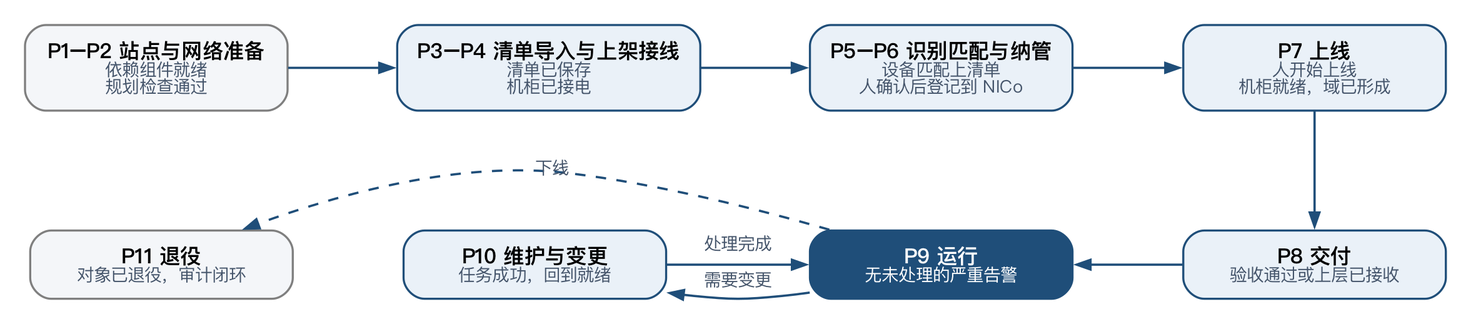
The Graphviz diagram docs/design/figures/workflow.png in DaoCloud/PXEye, before a commit. Its source is kept beside it as docs/design/figures/workflow.dot.
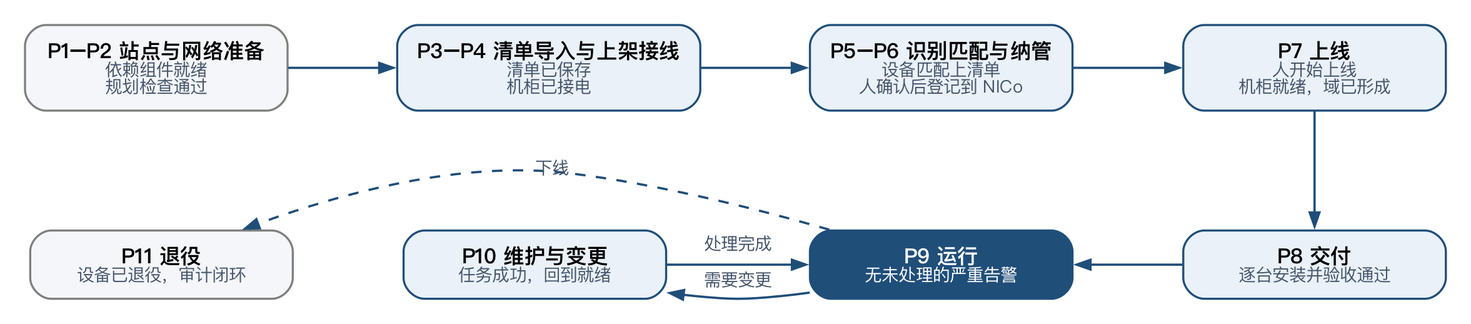
The same file after the commit.

The edit, as a diff of the source:
```diff
@@ -6,10 +6,10 @@
   s1 [label=<<b>P3–P4 清单导入与上架接线</b><br/><font point-size="10" color="#44546A">清单已保存<br/>机柜已接电</font>>];
   s2 [label=<<b>P5–P6 识别匹配与纳管</b><br/><font point-size="10" color="#44546A">设备匹配上清单<br/>人确认后登记到 NICo</font>>];
   s3 [label=<<b>P7 上线</b><br/><font point-size="10" color="#44546A">人开始上线<br/>机柜就绪，域已形成</font>>];
-  s4 [label=<<b>P8 交付</b><br/><font point-size="10" color="#44546A">验收通过或上层已接收</font>>];
+  s4 [label=<<b>P8 交付</b><br/><font point-size="10" color="#44546A">逐台安装并验收通过</font>>];
   s5 [fillcolor="#1F4E79", fontcolor="white", label=<<b>P9 运行</b><br/><font point-size="10">无未处理的严重告警</font>>];
   s6 [label=<<b>P10 维护与变更</b><br/><font point-size="10" color="#44546A">任务成功，回到就绪</font>>];
-  s7 [fillcolor="#F4F6F9", color="#7F7F7F", label=<<b>P11 退役</b><br/><font point-size="10" color="#44546A">对象已退役，审计闭环</font>>];
+  s7 [fillcolor="#F4F6F9", color="#7F7F7F", label=<<b>P11 退役</b><br/><font point-size="10" color="#44546A">设备已退役，审计闭环</font>>];
   {rank=same; s0 -> s1 -> s2 -> s3}
   s3 -> s4;
   {rank=same; s7 -> s6 [style=invis]; s6 -> s5 [label="  处理完成  "]; s5 -> s4 [dir=back]}
```
